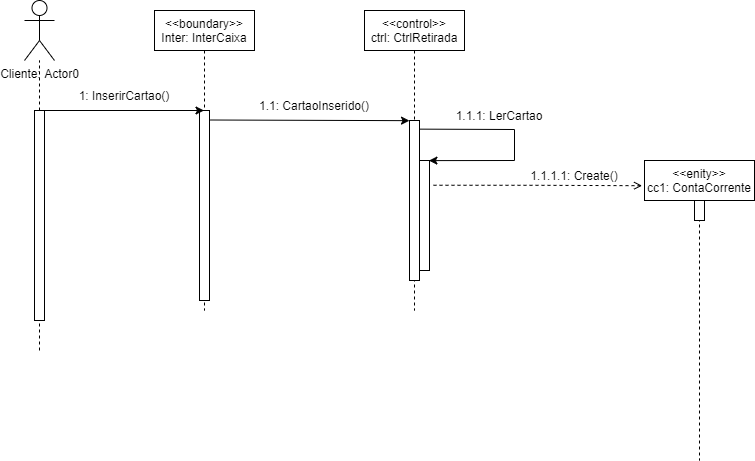
edivan-car/CursoADS keeps this draw.io diagram as AnaliseDeSistemas/saqueConta.drawio.png. Above is the earlier version. Source tidied: cells renumbered, new cells last; positions are measured from the earlier drawing's top-left corner, leaving out a move shared by most shapes.
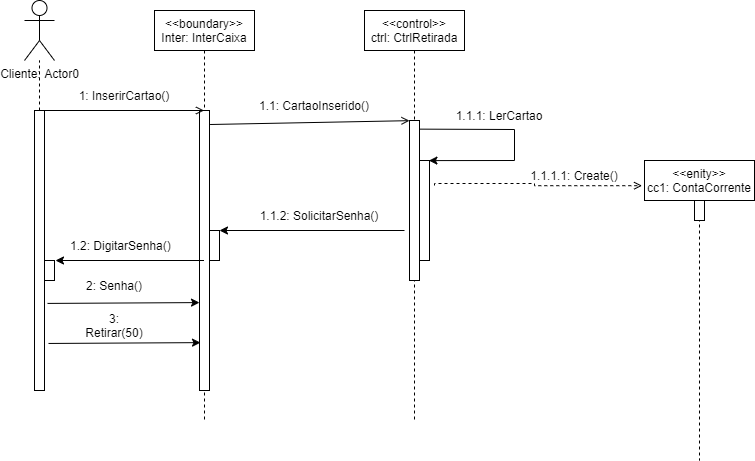
Above is the later version.

The edit, as a diff of the source:
```diff
@@ -3,13 +3,16 @@
     <mxCell id="0" />
     <mxCell id="1" parent="0" />
     <mxCell id="2" value="&lt;&lt;boundary&gt;&gt;&#10;Inter: InterCaixa" style="shape=umlLifeline;perimeter=lifelinePerimeter;rounded=0;shadow=0;strokeWidth=1;" parent="1" vertex="1">
-      <mxGeometry x="130" y="10" width="100" height="300" as="geometry" />
+      <mxGeometry x="130" y="10" width="100" height="410" as="geometry" />
     </mxCell>
     <mxCell id="3" style="points=[];perimeter=orthogonalPerimeter;rounded=0;shadow=0;strokeWidth=1;" parent="2" vertex="1">
-      <mxGeometry x="45" y="100" width="10" height="190" as="geometry" />
+      <mxGeometry x="45" y="100" width="10" height="280" as="geometry" />
     </mxCell>
+    <mxCell id="21" style="points=[];perimeter=orthogonalPerimeter;rounded=0;shadow=0;strokeWidth=1;" parent="2" vertex="1">
+      <mxGeometry x="55" y="220" width="10" height="30" as="geometry" />
+    </mxCell>
     <mxCell id="4" value="&lt;&lt;control&gt;&gt;&#10;ctrl: CtrlRetirada" style="shape=umlLifeline;perimeter=lifelinePerimeter;rounded=0;shadow=0;strokeWidth=1;" parent="1" vertex="1">
-      <mxGeometry x="340" y="10" width="100" height="300" as="geometry" />
+      <mxGeometry x="340" y="10" width="100" height="410" as="geometry" />
     </mxCell>
     <mxCell id="5" style="points=[];perimeter=orthogonalPerimeter;rounded=0;shadow=0;strokeWidth=1;" parent="4" vertex="1">
       <mxGeometry x="45" y="110" width="10" height="160" as="geometry" />
@@ -23,23 +26,18 @@
       </mxGeometry>
     </mxCell>
     <mxCell id="7" style="points=[];perimeter=orthogonalPerimeter;rounded=0;shadow=0;strokeWidth=1;" parent="4" vertex="1">
-      <mxGeometry x="55" y="150" width="10" height="110" as="geometry" />
+      <mxGeometry x="55" y="150" width="10" height="100" as="geometry" />
     </mxCell>
     <mxCell id="8" value="Cliente: Actor0" style="shape=umlActor;verticalLabelPosition=bottom;verticalAlign=top;html=1;outlineConnect=0;" parent="1" vertex="1">
       <mxGeometry width="30" height="60" as="geometry" />
     </mxCell>
     <mxCell id="9" style="rounded=0;whiteSpace=wrap;html=1;" parent="1" vertex="1">
-      <mxGeometry x="10" y="110" width="10" height="210" as="geometry" />
+      <mxGeometry x="10" y="110" width="10" height="280" as="geometry" />
     </mxCell>
     <mxCell id="10" style="endArrow=none;dashed=1;html=1;strokeWidth=1;rounded=0;exitX=0.5;exitY=0;exitDx=0;exitDy=0;" parent="1" edge="1" source="9" target="8">
       <mxGeometry relative="1" as="geometry" />
     </mxCell>
-    <mxCell id="11" style="endArrow=none;dashed=1;html=1;rounded=0;strokeWidth=1;entryX=0.5;entryY=1;entryDx=0;entryDy=0;" parent="1" edge="1" target="9">
-      <mxGeometry relative="1" as="geometry">
-        <mxPoint x="15" y="350" as="sourcePoint" />
-      </mxGeometry>
-    </mxCell>
-    <mxCell id="12" style="endArrow=classic;html=1;rounded=0;strokeWidth=1;" parent="1" edge="1" target="2">
+    <mxCell id="12" style="endArrow=open;html=1;rounded=0;strokeWidth=1;endFill=0;" parent="1" edge="1" target="2">
       <mxGeometry relative="1" as="geometry">
         <mxPoint x="20" y="110" as="sourcePoint" />
       </mxGeometry>
@@ -47,7 +45,7 @@
     <mxCell id="13" value="1: InserirCartao()" style="text;html=1;strokeColor=none;fillColor=none;align=center;verticalAlign=middle;whiteSpace=wrap;rounded=0;" parent="1" vertex="1">
       <mxGeometry x="40" y="80" width="120" height="30" as="geometry" />
     </mxCell>
-    <mxCell id="14" style="endArrow=classic;html=1;rounded=0;strokeWidth=1;exitX=1.057;exitY=0.05;exitDx=0;exitDy=0;exitPerimeter=0;entryX=0;entryY=0.001;entryDx=0;entryDy=0;entryPerimeter=0;" parent="1" edge="1" source="3" target="5">
+    <mxCell id="14" style="endArrow=open;html=1;rounded=0;strokeWidth=1;exitX=1.057;exitY=0.05;exitDx=0;exitDy=0;exitPerimeter=0;entryX=0;entryY=0.001;entryDx=0;entryDy=0;entryPerimeter=0;endFill=0;" parent="1" edge="1" source="3" target="5">
       <mxGeometry relative="1" as="geometry" />
     </mxCell>
     <mxCell id="15" value="1.1: CartaoInserido()" style="text;html=1;strokeColor=none;fillColor=none;align=center;verticalAlign=middle;whiteSpace=wrap;rounded=0;" parent="1" vertex="1">
@@ -62,11 +60,47 @@
     <mxCell id="18" style="perimeter=orthogonalPerimeter;rounded=0;shadow=0;strokeWidth=1;" parent="17" vertex="1">
       <mxGeometry x="50" y="40" width="10" height="20" as="geometry" />
     </mxCell>
-    <mxCell id="19" style="edgeStyle=orthogonalEdgeStyle;rounded=0;jettySize=auto;html=1;strokeWidth=1;entryX=-0.022;entryY=0.084;entryDx=0;entryDy=0;entryPerimeter=0;dashed=1;endArrow=open;endFill=0;exitX=1.4;exitY=0.225;exitDx=0;exitDy=0;exitPerimeter=0;" parent="1" edge="1" source="7" target="17">
-      <mxGeometry relative="1" as="geometry" />
+    <mxCell id="19" style="edgeStyle=orthogonalEdgeStyle;rounded=0;jettySize=auto;html=1;strokeWidth=1;entryX=-0.022;entryY=0.084;entryDx=0;entryDy=0;entryPerimeter=0;dashed=1;endArrow=open;endFill=0;" parent="1" edge="1" target="17">
+      <mxGeometry relative="1" as="geometry">
+        <mxPoint x="410" y="185" as="sourcePoint" />
+        <Array as="points">
+          <mxPoint x="410" y="183" />
+          <mxPoint x="510" y="183" />
+          <mxPoint x="510" y="185" />
+        </Array>
+      </mxGeometry>
     </mxCell>
     <mxCell id="20" value="1.1.1.1: Create()" style="text;html=1;strokeColor=none;fillColor=none;align=center;verticalAlign=middle;whiteSpace=wrap;rounded=0;" parent="1" vertex="1">
       <mxGeometry x="500" y="160" width="100" height="30" as="geometry" />
     </mxCell>
+    <mxCell id="22" style="endArrow=classic;html=1;rounded=0;entryX=1;entryY=0;entryDx=0;entryDy=0;entryPerimeter=0;" parent="1" edge="1" target="21">
+      <mxGeometry relative="1" as="geometry">
+        <mxPoint x="380" y="230" as="sourcePoint" />
+      </mxGeometry>
+    </mxCell>
+    <mxCell id="23" value="1.1.2: SolicitarSenha()" style="text;html=1;strokeColor=none;fillColor=none;align=center;verticalAlign=middle;whiteSpace=wrap;rounded=0;" parent="1" vertex="1">
+      <mxGeometry x="230" y="200" width="130" height="30" as="geometry" />
+    </mxCell>
+    <mxCell id="24" style="points=[];perimeter=orthogonalPerimeter;rounded=0;shadow=0;strokeWidth=1;" parent="1" vertex="1">
+      <mxGeometry x="20" y="260" width="10" height="20" as="geometry" />
+    </mxCell>
+    <mxCell id="25" style="endArrow=classic;html=1;rounded=0;entryX=1.1;entryY=0;entryDx=0;entryDy=0;entryPerimeter=0;" parent="1" edge="1" source="2" target="24">
+      <mxGeometry relative="1" as="geometry" />
+    </mxCell>
+    <mxCell id="26" value="1.2: DigitarSenha()" style="text;strokeColor=none;fillColor=none;align=left;verticalAlign=middle;spacingLeft=4;spacingRight=4;overflow=hidden;" parent="1" vertex="1">
+      <mxGeometry x="40" y="230" width="120" height="30" as="geometry" />
+    </mxCell>
+    <mxCell id="27" style="endArrow=classic;html=1;rounded=0;exitX=1.3;exitY=0.689;exitDx=0;exitDy=0;exitPerimeter=0;entryX=0;entryY=0.686;entryDx=0;entryDy=0;entryPerimeter=0;" parent="1" edge="1" source="9" target="3">
+      <mxGeometry relative="1" as="geometry" />
+    </mxCell>
+    <mxCell id="28" style="endArrow=classic;html=1;rounded=0;exitX=1.4;exitY=0.832;exitDx=0;exitDy=0;exitPerimeter=0;entryX=0.1;entryY=0.829;entryDx=0;entryDy=0;entryPerimeter=0;" parent="1" edge="1" source="9" target="3">
+      <mxGeometry relative="1" as="geometry" />
+    </mxCell>
+    <mxCell id="29" value="2: Senha()" style="text;html=1;strokeColor=none;fillColor=none;align=center;verticalAlign=middle;whiteSpace=wrap;rounded=0;" parent="1" vertex="1">
+      <mxGeometry x="60" y="270" width="60" height="30" as="geometry" />
+    </mxCell>
+    <mxCell id="30" value="3: Retirar(50)" style="text;html=1;strokeColor=none;fillColor=none;align=center;verticalAlign=middle;whiteSpace=wrap;rounded=0;" parent="1" vertex="1">
+      <mxGeometry x="60" y="310" width="60" height="30" as="geometry" />
+    </mxCell>
   </root>
 </mxGraphModel>
```
